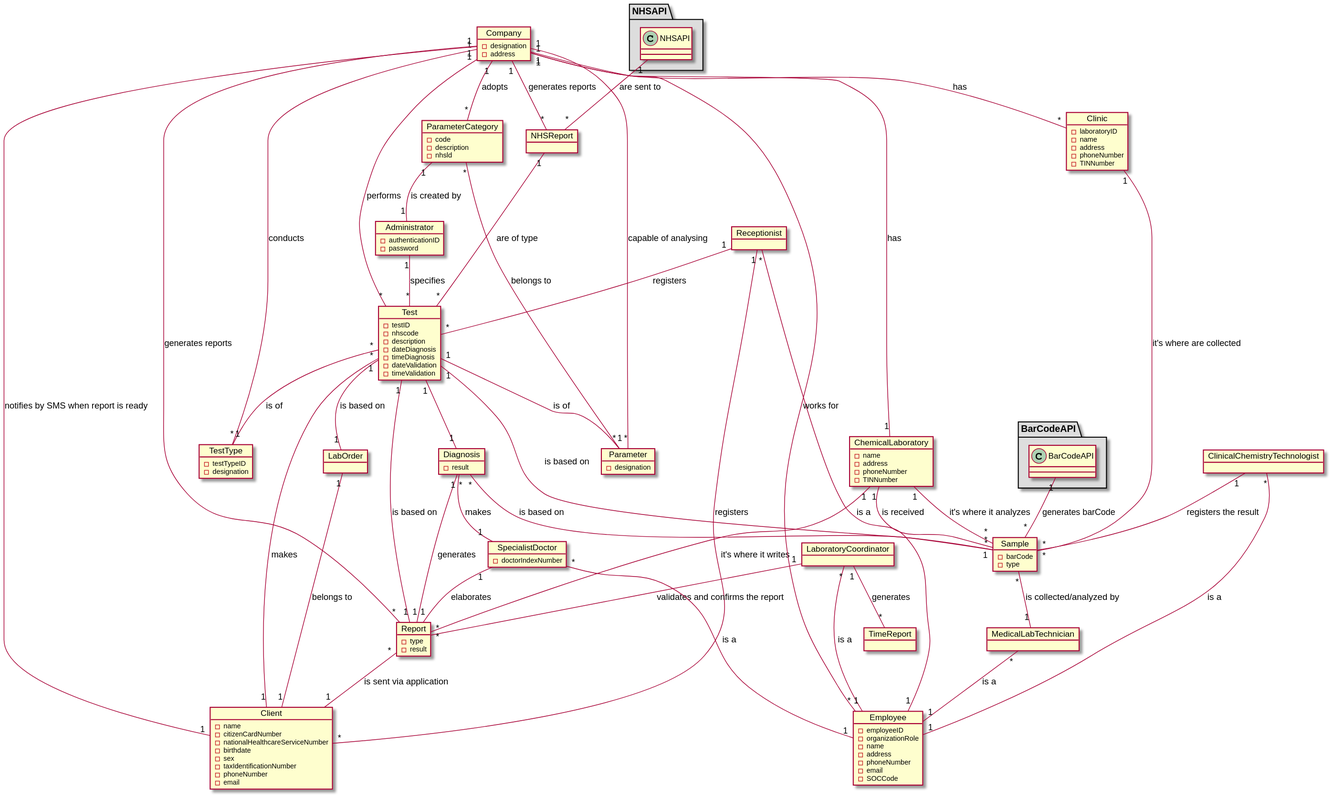
Above: docs/SprintB/DomainModel/domainModel.svg in jsmarques98/LAPR2-ISEP (PlantUML), before the change. Its diagram source:
```plantuml
@startuml

object Company{
-designation
-address
}

object LabOrder{
}

object Test{
-testID
-nhscode
-description
-dateDiagnosis
-timeDiagnosis
-dateValidation
-timeValidation
}


object Clinic{
-laboratoryID
-name
-address
-phoneNumber
-TINNumber
}

object Parameter{
-designation
}

object ParameterCategory{
-code
-description
-nhsld
}


object Administrator{
-authenticationID
-password
}

object Diagnosis{
-result
}

object Sample{
-barCode
-type
}

object Report{
-type
-result
}


object Employee{
-employeeID
-organizationRole
-name
-address
-phoneNumber
-email
-SOCCode

}

object MedicalLabTechnician{
}

object SpecialistDoctor{
-doctorIndexNumber
}

object LaboratoryCoordinator{

}

object Client{
-name
-citizenCardNumber
-nationalHealthcareServiceNumber
-birthdate
-sex
-taxIdentificationNumber
-phoneNumber
-email
}

object Receptionist{
}

object ClinicalChemistryTechnologist{

}

object ChemicalLaboratory{
-name
-address
-phoneNumber
-TINNumber
}

object TestType{
-testTypeID
-designation
}

object NHSReport{
}


object BarCodeAPI{
}


object NHSAPI{
}

object TimeReport{
}

Company "1" -- "*" TestType : conducts
Company "1" -- "*" Test : performs
Company "1" -- "*" Clinic : has
Company "1" -- "1" ChemicalLaboratory : has
Company "1" -- "*" Parameter : capable of analysing
Company "1" -- "*" ParameterCategory : adopts


ParameterCategory "*" -- "1" Parameter : belongs to
ParameterCategory "1" -- "1" Administrator : is created by

Test "*" -- "1" Client : makes
Test "1" -- "*" Parameter : is of
Test "*" -- "1" TestType : is of
Test "1" -- "1" Diagnosis

Sample "*" -- "1" MedicalLabTechnician : is collected/analyzed by
Sample "*" -- "1" Test : is based on

Diagnosis "*" -- "1" SpecialistDoctor : makes
SpecialistDoctor "1" -- "1" Report : elaborates
Diagnosis "1" -- "1" Report : generates
Diagnosis "*" -- "1" Sample : is based on
Report "1" -- "1" Test : is based on
Report "*" -- "1" Client : is sent via application
Administrator "1" -- "*" Test : specifies
Receptionist "1" -- "*" Client : registers
Receptionist "1" -- "*" Test : registers
LaboratoryCoordinator "1" -- "*" Report : validates and confirms the report
ChemicalLaboratory "1" -- "*" Sample : is received
ClinicalChemistryTechnologist "1" -- "*" Sample : registers the result
ChemicalLaboratory "1" -- "*" Sample : it's where it analyzes
ChemicalLaboratory "1" -- "*" Report : it's where it writes
Clinic "1" -- "*" Sample : it's where are collected
Company "1" -- "1" Client : notifies by SMS when report is ready

Company "1" -- "*" Report : generates reports
NHSReport "1" -- "*" Test : are of type
Company "1" -- "*" NHSReport : generates reports
LabOrder "1" -- "1" Client : belongs to


package "BarCodeAPI" #DDDDDD{
	BarCodeAPI "1" -- "*" Sample : generates barCode
}


package "NHSAPI" #DDDDDD{
	NHSAPI "1" -- "*" NHSReport : are sent to
}

Test "1" -- "1" LabOrder : is based on

ClinicalChemistryTechnologist "*" -- "1" Employee : is a
LaboratoryCoordinator "*" -- "1" Employee : is a
Receptionist "*" -- "1" Employee : is a
SpecialistDoctor "*" -- "1" Employee : is a
MedicalLabTechnician "*" -- "1" Employee : is a
Employee "*" -- "1" Company : works for

LaboratoryCoordinator "1" -- "*" TimeReport : generates


@enduml
```
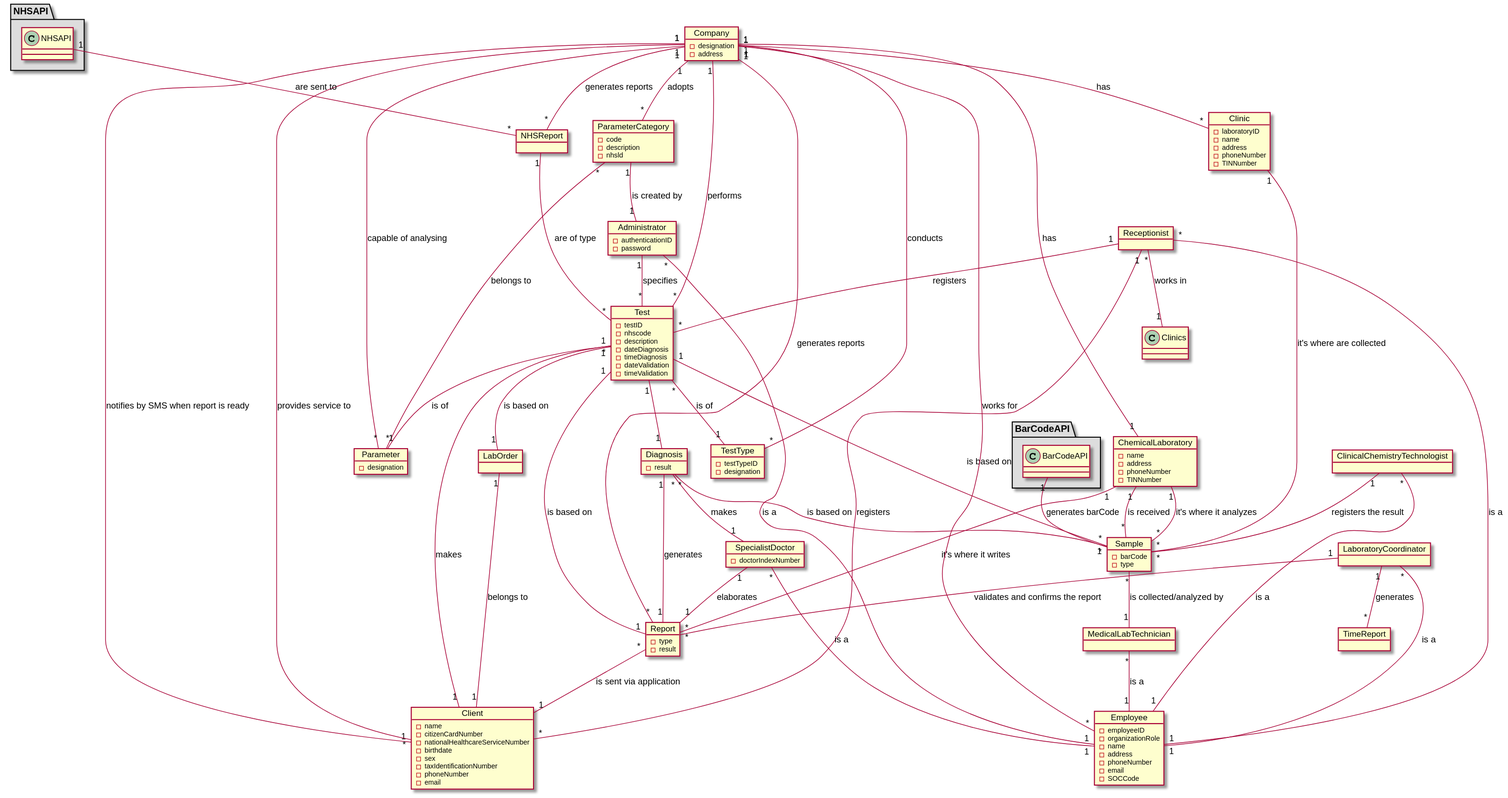
The same diagram one commit later.

Commit message:
updated domain model - admin is an employee

Diff of the diagram source:
```diff
@@ -185,6 +185,9 @@
 Employee "*" -- "1" Company : works for
 
 LaboratoryCoordinator "1" -- "*" TimeReport : generates
+Administrator "*" -- "1" Employee : is a
 
+Company "1" -- "*" Client : provides service to
+Receptionist "*" -- "1" Clinics :  works in
 
 @enduml
```
